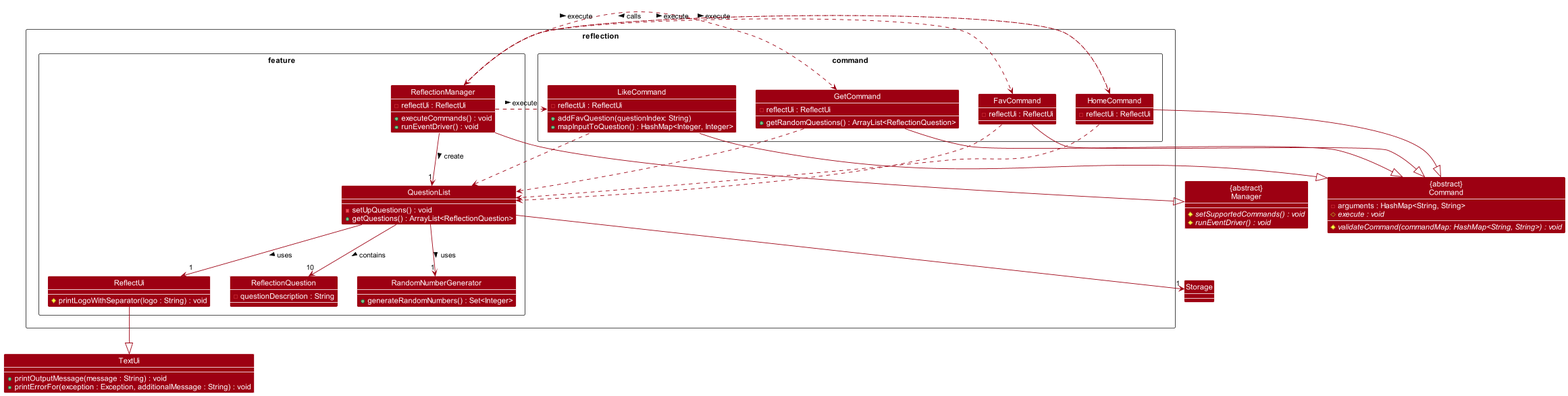
The PlantUML diagram docs/diagrams/ReflectionClassDiagram.png in wenxin-c/tp, before a commit.
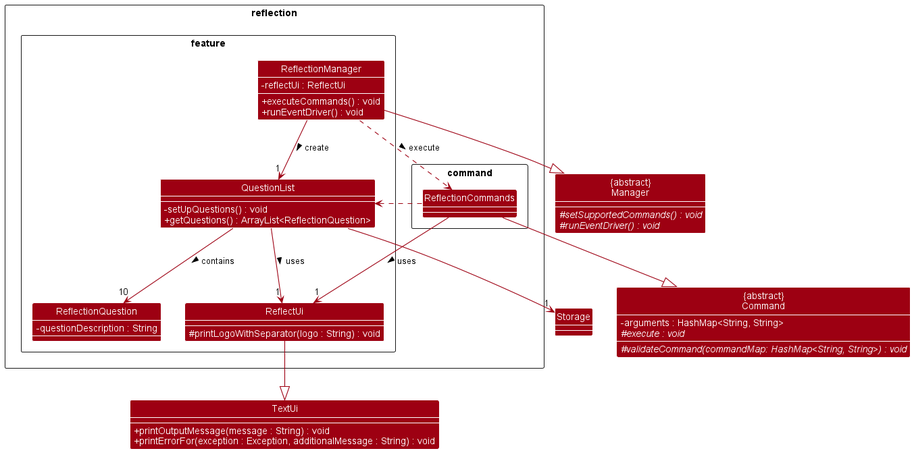
After the commit.

Commit message:
Update developer guide diagrams and PPP

What changed in the source:
```diff
@@ -1,25 +1,13 @@
 @startuml
 !include style.puml
+skinparam classAttributeIconSize 0
 skinparam arrowThickness 1.1
 skinparam arrowColor MODEL_COLOR
 skinparam classBackgroundColor MODEL_COLOR
 
 Package reflection <<Rectangle>>{
 Package command <<Rectangle>>{
-class GetCommand{
--reflectUi : ReflectUi
-+getRandomQuestions() : ArrayList<ReflectionQuestion>
-}
-class HomeCommand{
--reflectUi : ReflectUi
-}
-class LikeCommand{
--reflectUi : ReflectUi
-+addFavQuestion(questionIndex: String)
-+mapInputToQuestion() : HashMap<Integer, Integer>
-}
-class FavCommand{
--reflectUi : ReflectUi
+class ReflectionCommands{
 }
 }
 
@@ -38,9 +26,6 @@
 class QuestionList{
 -setUpQuestions() : void
 +getQuestions() : ArrayList<ReflectionQuestion>
-}
-class RandomNumberGenerator{
-+generateRandomNumbers() : Set<Integer>
 }
 }
 }
@@ -62,22 +47,12 @@
 
 ReflectionManager --> "1" QuestionList : create >
 ReflectionManager --|> Manager
-ReflectionManager ..> GetCommand : execute >
-ReflectionManager ..> HomeCommand : execute >
-ReflectionManager ..> LikeCommand : execute >
-ReflectionManager ..> FavCommand : execute >
-GetCommand ..> QuestionList
-FavCommand ..> QuestionList
-LikeCommand ..> QuestionList
-HomeCommand ..> QuestionList
+ReflectionManager ..> ReflectionCommands : execute >
+ReflectionCommands --> "1" ReflectUi : uses >
+ReflectionCommands ..> QuestionList
 QuestionList --> "10" ReflectionQuestion : contains >
 QuestionList --> "1" ReflectUi : uses >
 QuestionList --> "1" Storage
-QuestionList --> "1" RandomNumberGenerator : uses >
 ReflectUi --|> TextUi
-GetCommand --|> Command
-HomeCommand --|> Command
-LikeCommand --|> Command
-FavCommand --|> Command
-HomeCommand ..> ReflectionManager : calls >
+ReflectionCommands --|> Command
 @enduml
```
